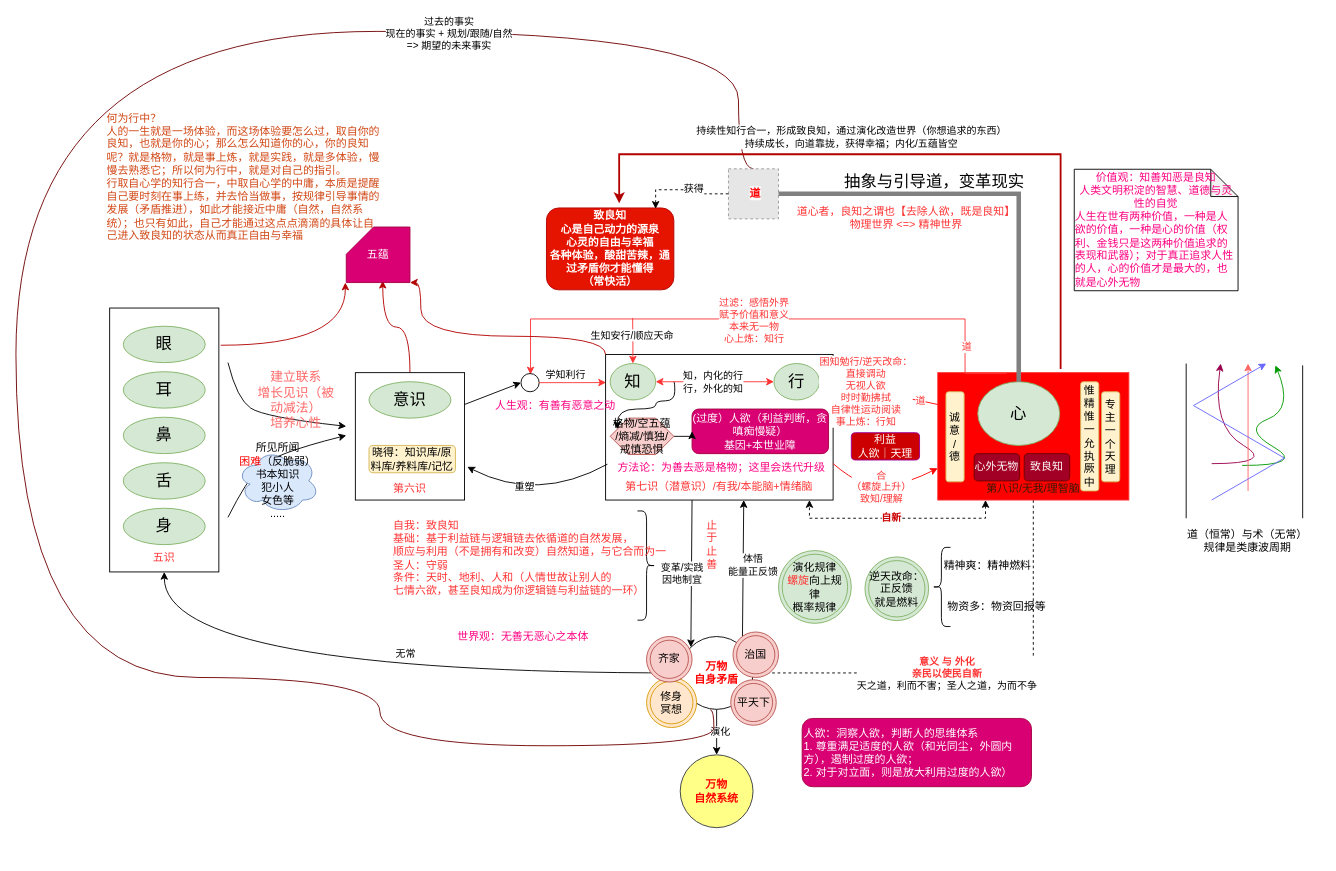
This is page "良知" (1 of 2) of xinxue.drawio from kason-huang/DrawIO, a draw.io file, before an edit. Source tidied: cells renumbered, new cells numbered last; positions are measured from the earlier drawing's top-left corner, leaving out a move shared by most shapes. Both pictures are drawn from the tidied source at 91%, with x=0, y=0 at pixel (15, 31). Pictures stored in the file or linked from it are replaced by grey dashed boxes.
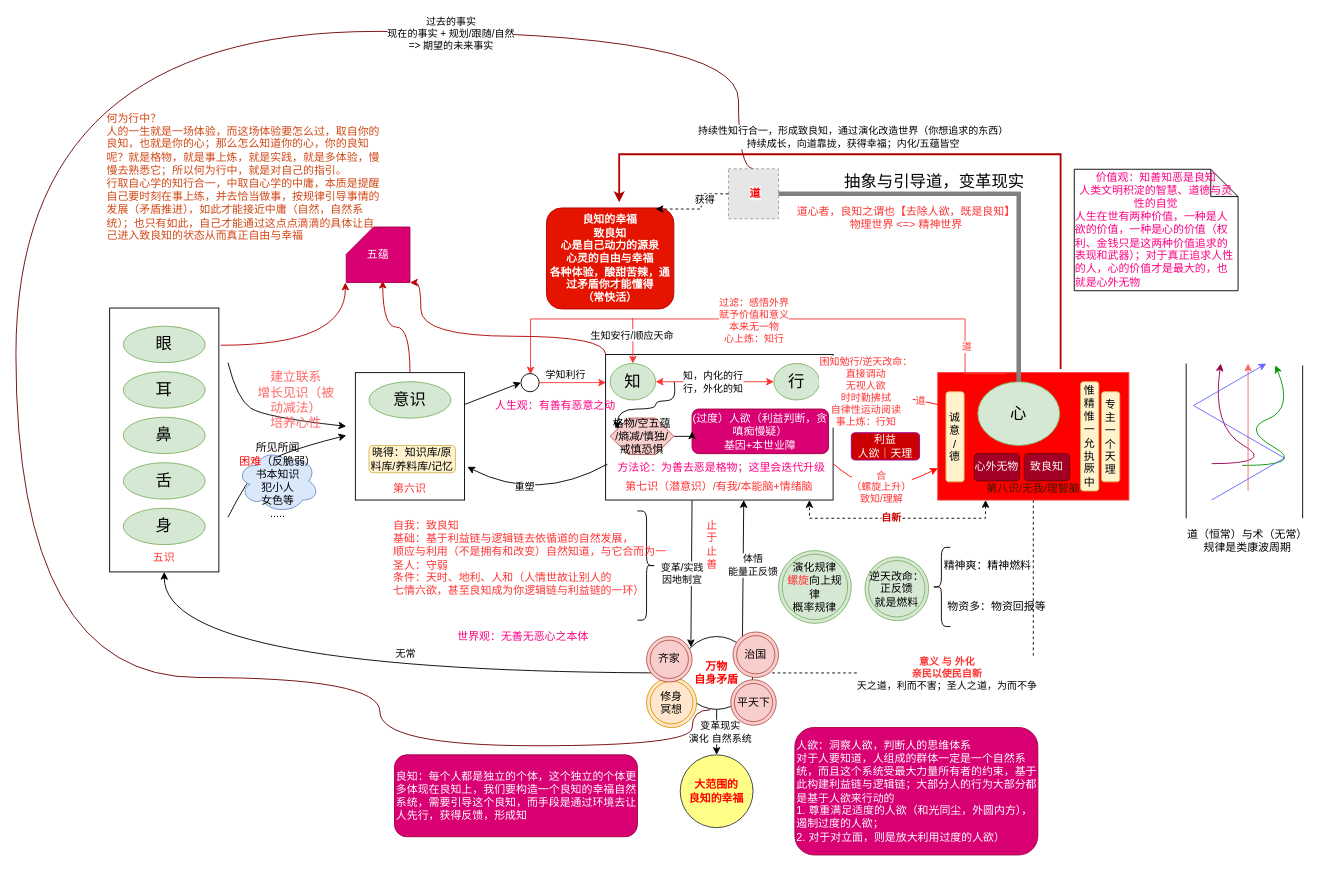
Above is the later version.

The change refers to these unchanged cells:
```xml
<mxCell id="47" style="rounded=0;jettySize=auto;html=1;exitX=0.5;exitY=1;exitDx=0;exitDy=0;entryX=0.5;entryY=0;entryDx=0;entryDy=0;" parent="1" edge="1" source="51" target="104">
  <mxGeometry relative="1" as="geometry" />
</mxCell>
<mxCell id="51" value="&lt;div&gt;&lt;b style=&quot;color: rgb(255, 0, 0); background-color: initial;&quot;&gt;万物&lt;/b&gt;&lt;br&gt;&lt;/div&gt;&lt;div&gt;&lt;b style=&quot;color: rgb(255, 0, 0); background-color: initial;&quot;&gt;自身矛盾&lt;/b&gt;&lt;/div&gt;" style="ellipse;whiteSpace=wrap;html=1;" parent="1" vertex="1">
  <mxGeometry x="730" y="665" width="80" height="80" as="geometry" />
</mxCell>
<mxCell id="80" style="fillColor=#E6E6E6;strokeColor=#999999;dashed=1;verticalLabelPosition=bottom;labelBackgroundColor=default;verticalAlign=top;" parent="79" vertex="1">
  <mxGeometry width="55" height="55" as="geometry" />
</mxCell>
```

What changed in the source:
```diff
@@
-    <mxCell id="48" value="演化" style="edgeLabel;html=1;align=center;verticalAlign=middle;" parent="47" vertex="1">
+    <mxCell id="48" value="&lt;div&gt;变革现实&lt;/div&gt;演化 自然系统" style="edgeLabel;html=1;align=center;verticalAlign=middle;" parent="47" vertex="1">
       <mxGeometry x="-0.08" y="3" relative="1" as="geometry">
         <mxPoint y="1" as="offset" />
       </mxGeometry>
     </mxCell>
     <mxCell id="49" style="edgeStyle=orthogonalEdgeStyle;rounded=0;jettySize=auto;html=1;exitX=0.413;exitY=1.006;exitDx=0;exitDy=0;entryX=0.5;entryY=0;entryDx=0;entryDy=0;curved=1;exitPerimeter=0;fillColor=#a20025;strokeColor=#6F0000;endArrow=none;endFill=0;" parent="1" edge="1" source="51" target="80">
       <mxGeometry relative="1" as="geometry">
         <Array as="points">
-          <mxPoint x="767" y="746" />
-          <mxPoint x="767" y="785" />
+          <mxPoint x="743" y="746" />
+          <mxPoint x="743" y="785" />
           <mxPoint x="400" y="785" />
           <mxPoint x="400" y="710" />
           <mxPoint y="710" />
           <mxPoint />
           <mxPoint x="794" />
           <mxPoint x="794" y="151" />
         </Array>
       </mxGeometry>
     </mxCell>
@@
-    <mxCell id="57" value="&lt;b&gt;致良知&lt;br&gt;心是自己动力的源泉&lt;br&gt;&lt;/b&gt;&lt;div&gt;&lt;b&gt;心灵的自由与幸福&lt;br&gt;各种体验，酸甜苦辣，通过矛盾你才能懂得&lt;br&gt;（常快活）&lt;/b&gt;&lt;/div&gt;" style="rounded=1;whiteSpace=wrap;html=1;fillColor=#e51400;strokeColor=#B20000;fontColor=#ffffff;" parent="1" vertex="1">
-      <mxGeometry x="583" y="194" width="140" height="90" as="geometry" />
+    <mxCell id="57" value="&lt;div&gt;&lt;b&gt;良知的幸福&lt;/b&gt;&lt;/div&gt;&lt;b&gt;致良知&lt;br&gt;心是自己动力的源泉&lt;br&gt;&lt;/b&gt;&lt;div&gt;&lt;b&gt;心灵的自由与幸福&lt;br&gt;各种体验，酸甜苦辣，通过矛盾你才能懂得&lt;br&gt;（常快活）&lt;/b&gt;&lt;/div&gt;" style="rounded=1;whiteSpace=wrap;html=1;fillColor=#e51400;strokeColor=#B20000;fontColor=#ffffff;" parent="1" vertex="1">
+      <mxGeometry x="583" y="194" width="140" height="111" as="geometry" />
     </mxCell>
@@
-    <mxCell id="71" value="人欲：洞察人欲，判断人的思维体系&lt;br&gt;1. 尊重满足适度的人欲（和光同尘，外圆内方），遏制过度的人欲；&lt;br&gt;2. 对于对立面，则是放大利用过度的人欲）" style="rounded=1;whiteSpace=wrap;html=1;fillColor=#d80073;strokeColor=#A50040;fontColor=#ffffff;align=left;" parent="1" vertex="1">
-      <mxGeometry x="864" y="755" width="252" height="75" as="geometry" />
+    <mxCell id="71" value="人欲：洞察人欲，判断人的思维体系&lt;div&gt;对于人要知道，人组成的群体一定是一个自然系统，而且这个系统受最大力量所有者的约束，基于此构建利益链与逻辑链；大部分人的行为大部分都是基于人欲来行动的&lt;br&gt;1. 尊重满足适度的人欲（和光同尘，外圆内方），遏制过度的人欲；&lt;br&gt;2. 对于对立面，则是放大利用过度的人欲）&lt;/div&gt;" style="rounded=1;whiteSpace=wrap;html=1;fillColor=#d80073;strokeColor=#A50040;fontColor=#ffffff;align=left;" parent="1" vertex="1">
+      <mxGeometry x="856" y="765" width="267" height="140" as="geometry" />
     </mxCell>
@@
-    <mxCell id="104" value="&lt;div&gt;&lt;b style=&quot;color: rgb(255, 0, 0); background-color: initial;&quot;&gt;万物&lt;/b&gt;&lt;/div&gt;&lt;div&gt;&lt;b style=&quot;color: rgb(255, 0, 0); background-color: initial;&quot;&gt;自然系统&lt;/b&gt;&lt;br&gt;&lt;/div&gt;" style="ellipse;whiteSpace=wrap;html=1;fillColor=#ffff88;strokeColor=#36393d;" parent="1" vertex="1">
+    <mxCell id="104" value="&lt;div&gt;&lt;font color=&quot;#ff0000&quot;&gt;&lt;b&gt;大范围的&lt;/b&gt;&lt;/font&gt;&lt;/div&gt;&lt;div&gt;&lt;font color=&quot;#ff0000&quot;&gt;&lt;b&gt;良知的幸福&lt;/b&gt;&lt;/font&gt;&lt;/div&gt;" style="ellipse;whiteSpace=wrap;html=1;fillColor=#ffff88;strokeColor=#36393d;" parent="1" vertex="1">
       <mxGeometry x="730" y="795" width="80" height="80" as="geometry" />
     </mxCell>
+    <mxCell id="105" value="良知：每个人都是独立的个体，这个独立的个体更多体现在良知上，我们要构造一个良知的幸福自然系统，需要引导这个良知，而手段是通过环境去让人先行，获得反馈，形成知" style="rounded=1;whiteSpace=wrap;html=1;fillColor=#d80073;strokeColor=#A50040;fontColor=#ffffff;align=left;" parent="1" vertex="1">
+      <mxGeometry x="416" y="795" width="267" height="90" as="geometry" />
+    </mxCell>
```
